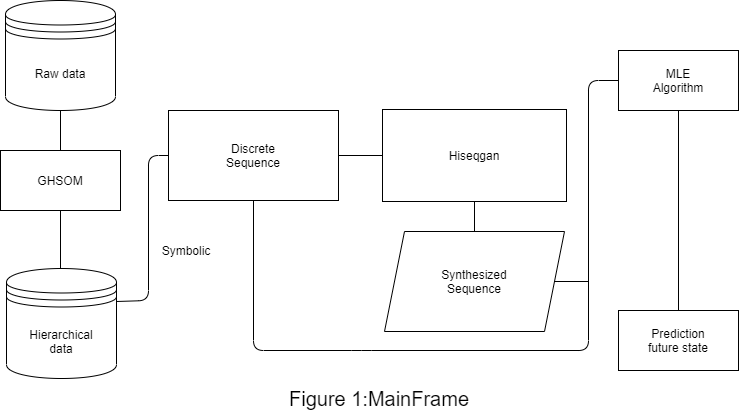
Earlier version of the draw.io export draw.io/mainframe.png (lina2360/HiSeqGan). Source tidied: cells renumbered, new cells last; positions are measured from the earlier drawing's top-left corner, leaving out a move shared by most shapes.
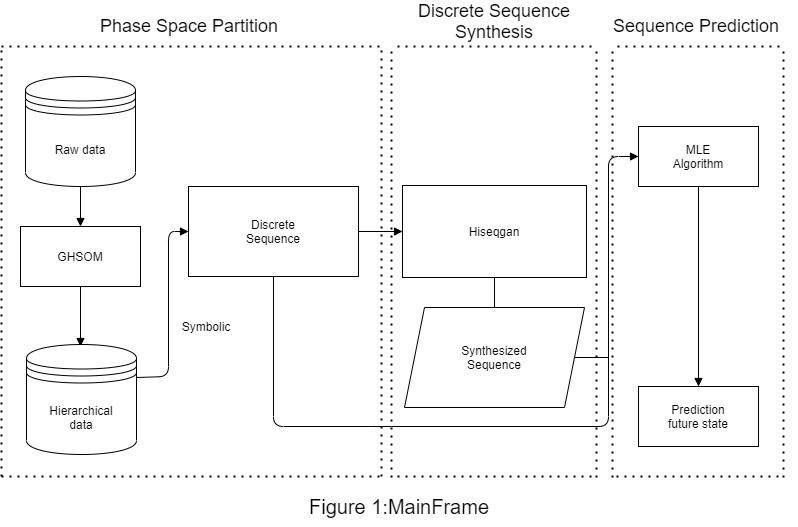
The same diagram one commit later.

The edit, as a diff of the source:
```diff
@@ -20,17 +20,17 @@
     <mxCell id="7" value="Prediction&lt;br&gt;future state" style="rounded=0;whiteSpace=wrap;html=1;" parent="1" vertex="1">
       <mxGeometry x="618" y="310" width="120" height="60" as="geometry" />
     </mxCell>
-    <mxCell id="8" style="endArrow=none;html=1;exitX=0.5;exitY=1;exitDx=0;exitDy=0;entryX=0.5;entryY=0;entryDx=0;entryDy=0;" parent="1" edge="1" target="2">
+    <mxCell id="8" style="endArrow=block;html=1;exitX=0.5;exitY=1;exitDx=0;exitDy=0;entryX=0.5;entryY=0;entryDx=0;entryDy=0;startArrow=none;startFill=0;endFill=1;" parent="1" edge="1" target="2">
       <mxGeometry relative="1" as="geometry">
         <mxPoint x="60" y="90" as="sourcePoint" />
       </mxGeometry>
     </mxCell>
-    <mxCell id="9" style="endArrow=none;html=1;exitX=0.5;exitY=1;exitDx=0;exitDy=0;entryX=0.5;entryY=0;entryDx=0;entryDy=0;" parent="1" edge="1" source="2">
+    <mxCell id="9" style="endArrow=block;html=1;exitX=0.5;exitY=1;exitDx=0;exitDy=0;entryX=0.5;entryY=0;entryDx=0;entryDy=0;endFill=1;" parent="1" edge="1" source="2">
       <mxGeometry relative="1" as="geometry">
         <mxPoint x="60" y="270" as="targetPoint" />
       </mxGeometry>
     </mxCell>
-    <mxCell id="10" style="endArrow=none;html=1;entryX=0;entryY=0.5;entryDx=0;entryDy=0;exitX=1;exitY=0.3;exitDx=0;exitDy=0;" parent="1" edge="1" source="17" target="3">
+    <mxCell id="10" style="endArrow=block;html=1;entryX=0;entryY=0.5;entryDx=0;entryDy=0;exitX=1;exitY=0.3;exitDx=0;exitDy=0;endFill=1;" parent="1" edge="1" source="17" target="3">
       <mxGeometry relative="1" as="geometry">
         <Array as="points">
           <mxPoint x="148" y="300" />
@@ -41,7 +41,7 @@
     <mxCell id="11" style="endArrow=none;html=1;entryX=0.5;entryY=1;entryDx=0;entryDy=0;" parent="1" edge="1" source="5" target="4">
       <mxGeometry relative="1" as="geometry" />
     </mxCell>
-    <mxCell id="12" style="endArrow=none;html=1;exitX=0.5;exitY=1;exitDx=0;exitDy=0;entryX=0;entryY=0.5;entryDx=0;entryDy=0;" parent="1" edge="1" source="3" target="6">
+    <mxCell id="12" style="endArrow=block;html=1;exitX=0.5;exitY=1;exitDx=0;exitDy=0;entryX=0;entryY=0.5;entryDx=0;entryDy=0;endFill=1;" parent="1" edge="1" source="3" target="6">
       <mxGeometry relative="1" as="geometry">
         <Array as="points">
           <mxPoint x="253" y="350" />
@@ -56,7 +56,7 @@
         <mxPoint x="588" y="281" as="sourcePoint" />
       </mxGeometry>
     </mxCell>
-    <mxCell id="14" style="endArrow=none;html=1;entryX=0.5;entryY=1;entryDx=0;entryDy=0;exitX=0.5;exitY=0;exitDx=0;exitDy=0;" parent="1" edge="1" source="7" target="6">
+    <mxCell id="14" style="endArrow=none;html=1;entryX=0.5;entryY=1;entryDx=0;entryDy=0;exitX=0.5;exitY=0;exitDx=0;exitDy=0;endFill=0;startArrow=block;startFill=1;" parent="1" edge="1" source="7" target="6">
       <mxGeometry relative="1" as="geometry" />
     </mxCell>
     <mxCell id="15" value="Symbolic" style="text;html=1;strokeColor=none;fillColor=none;align=center;verticalAlign=middle;whiteSpace=wrap;rounded=0;" parent="1" vertex="1">
@@ -69,10 +69,91 @@
       <mxGeometry x="6" y="268" width="110" height="110" as="geometry" />
     </mxCell>
     <mxCell id="18" value="&lt;font style=&quot;font-size: 20px&quot;&gt;Figure 1:MainFrame&lt;/font&gt;" style="text;html=1;strokeColor=none;fillColor=none;align=center;verticalAlign=middle;whiteSpace=wrap;rounded=0;" parent="1" vertex="1">
-      <mxGeometry x="278" y="378" width="202" height="40" as="geometry" />
+      <mxGeometry x="278" y="410" width="202" height="40" as="geometry" />
     </mxCell>
-    <mxCell id="19" style="endArrow=none;html=1;exitX=1;exitY=0.5;exitDx=0;exitDy=0;entryX=0;entryY=0.5;entryDx=0;entryDy=0;" parent="1" edge="1" source="3" target="4">
+    <mxCell id="19" style="endArrow=block;html=1;exitX=1;exitY=0.5;exitDx=0;exitDy=0;entryX=0;entryY=0.5;entryDx=0;entryDy=0;endFill=1;" parent="1" edge="1" source="3" target="4">
       <mxGeometry relative="1" as="geometry" />
     </mxCell>
+    <mxCell id="20" style="endArrow=none;dashed=1;html=1;dashPattern=1 3;strokeWidth=2;" parent="1" edge="1">
+      <mxGeometry relative="1" as="geometry">
+        <mxPoint x="-19" y="400" as="sourcePoint" />
+        <mxPoint x="-19" y="-30" as="targetPoint" />
+      </mxGeometry>
+    </mxCell>
+    <mxCell id="21" style="endArrow=none;dashed=1;html=1;dashPattern=1 3;strokeWidth=2;" parent="1" edge="1">
+      <mxGeometry relative="1" as="geometry">
+        <mxPoint x="-19" y="-30" as="sourcePoint" />
+        <mxPoint x="361" y="-30" as="targetPoint" />
+      </mxGeometry>
+    </mxCell>
+    <mxCell id="22" style="endArrow=none;dashed=1;html=1;dashPattern=1 3;strokeWidth=2;" parent="1" edge="1">
+      <mxGeometry relative="1" as="geometry">
+        <mxPoint x="361" y="400" as="sourcePoint" />
+        <mxPoint x="361" y="-30" as="targetPoint" />
+      </mxGeometry>
+    </mxCell>
+    <mxCell id="23" style="endArrow=none;dashed=1;html=1;dashPattern=1 3;strokeWidth=2;" parent="1" edge="1">
+      <mxGeometry relative="1" as="geometry">
+        <mxPoint x="-19" y="400" as="sourcePoint" />
+        <mxPoint x="361" y="400" as="targetPoint" />
+      </mxGeometry>
+    </mxCell>
+    <mxCell id="24" style="endArrow=none;dashed=1;html=1;dashPattern=1 3;strokeWidth=2;" parent="1" edge="1">
+      <mxGeometry relative="1" as="geometry">
+        <mxPoint x="371" y="401" as="sourcePoint" />
+        <mxPoint x="371" y="-29" as="targetPoint" />
+      </mxGeometry>
+    </mxCell>
+    <mxCell id="25" style="endArrow=none;dashed=1;html=1;dashPattern=1 3;strokeWidth=2;" parent="1" edge="1">
+      <mxGeometry relative="1" as="geometry">
+        <mxPoint x="576" y="401" as="sourcePoint" />
+        <mxPoint x="576" y="-29" as="targetPoint" />
+      </mxGeometry>
+    </mxCell>
+    <mxCell id="26" style="endArrow=none;dashed=1;html=1;dashPattern=1 3;strokeWidth=2;" parent="1" edge="1">
+      <mxGeometry relative="1" as="geometry">
+        <mxPoint x="571" y="-30" as="sourcePoint" />
+        <mxPoint x="371" y="-30" as="targetPoint" />
+      </mxGeometry>
+    </mxCell>
+    <mxCell id="27" style="endArrow=none;dashed=1;html=1;dashPattern=1 3;strokeWidth=2;" parent="1" edge="1">
+      <mxGeometry relative="1" as="geometry">
+        <mxPoint x="571" y="400" as="sourcePoint" />
+        <mxPoint x="371" y="400" as="targetPoint" />
+      </mxGeometry>
+    </mxCell>
+    <mxCell id="28" style="endArrow=none;dashed=1;html=1;dashPattern=1 3;strokeWidth=2;" parent="1" edge="1">
+      <mxGeometry relative="1" as="geometry">
+        <mxPoint x="592" y="401" as="sourcePoint" />
+        <mxPoint x="592" y="-29" as="targetPoint" />
+      </mxGeometry>
+    </mxCell>
+    <mxCell id="29" style="endArrow=none;dashed=1;html=1;dashPattern=1 3;strokeWidth=2;" parent="1" edge="1">
+      <mxGeometry relative="1" as="geometry">
+        <mxPoint x="763" y="401" as="sourcePoint" />
+        <mxPoint x="763" y="-29" as="targetPoint" />
+      </mxGeometry>
+    </mxCell>
+    <mxCell id="30" style="endArrow=none;dashed=1;html=1;dashPattern=1 3;strokeWidth=2;" parent="1" edge="1">
+      <mxGeometry relative="1" as="geometry">
+        <mxPoint x="758" y="400" as="sourcePoint" />
+        <mxPoint x="591" y="400" as="targetPoint" />
+      </mxGeometry>
+    </mxCell>
+    <mxCell id="31" style="endArrow=none;dashed=1;html=1;dashPattern=1 3;strokeWidth=2;" parent="1" edge="1">
+      <mxGeometry relative="1" as="geometry">
+        <mxPoint x="759" y="-30" as="sourcePoint" />
+        <mxPoint x="592" y="-30" as="targetPoint" />
+      </mxGeometry>
+    </mxCell>
+    <mxCell id="32" value="&lt;font style=&quot;font-size: 18px&quot;&gt;Phase Space Partition&lt;/font&gt;" style="text;html=1;strokeColor=none;fillColor=none;align=center;verticalAlign=middle;whiteSpace=wrap;rounded=0;" parent="1" vertex="1">
+      <mxGeometry x="68" y="-70" width="202" height="40" as="geometry" />
+    </mxCell>
+    <mxCell id="33" value="&lt;font style=&quot;font-size: 18px&quot;&gt;Discrete Sequence Synthesis&lt;/font&gt;" style="text;html=1;strokeColor=none;fillColor=none;align=center;verticalAlign=middle;whiteSpace=wrap;rounded=0;" parent="1" vertex="1">
+      <mxGeometry x="373" y="-75" width="202" height="40" as="geometry" />
+    </mxCell>
+    <mxCell id="34" value="&lt;font style=&quot;font-size: 18px&quot;&gt;Sequence Prediction&lt;/font&gt;" style="text;html=1;strokeColor=none;fillColor=none;align=center;verticalAlign=middle;whiteSpace=wrap;rounded=0;" parent="1" vertex="1">
+      <mxGeometry x="575" y="-70" width="202" height="40" as="geometry" />
+    </mxCell>
   </root>
 </mxGraphModel>
```
